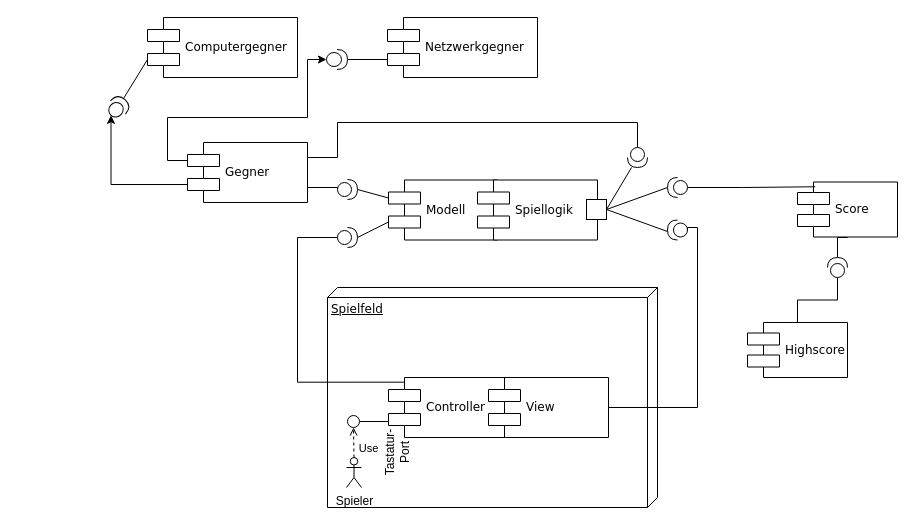
The draw.io diagram Dokumente/Diagramme/raw_Files/Komponentendiagramm.drawio in Vivienne-00/battleship_2024, before the edit. Source tidied: cells renumbered, new cells numbered last; positions are measured from the earlier drawing's top-left corner, leaving out a move shared by most shapes. Both pictures are drawn from the tidied source at 100%, with x=0, y=0 at pixel (107, 17).
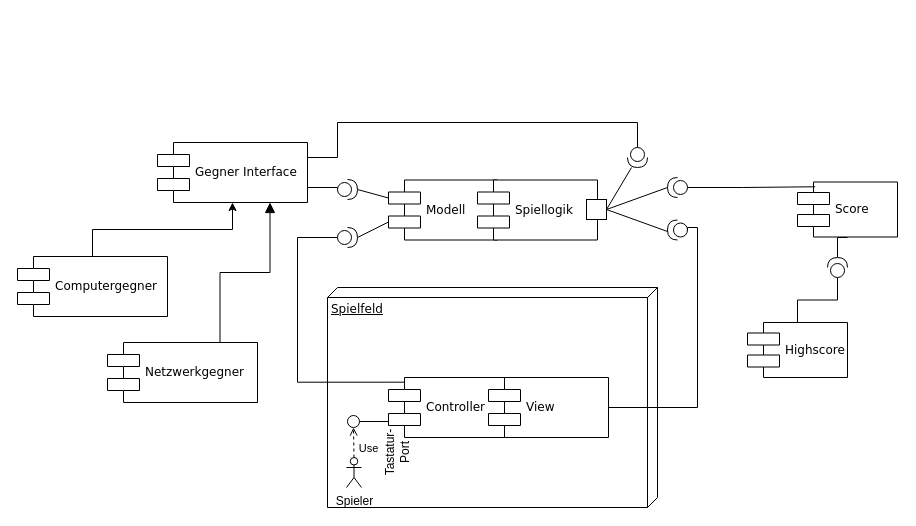
After the change.

Commit message (it also covers changes not shown here):
Komponentendiagram überarbeitet

Diff of the diagram source:
```diff
@@
-    <mxCell id="6" value="Gegner" style="shape=component;align=left;spacingLeft=36;rounded=0;shadow=0;comic=0;labelBackgroundColor=none;strokeWidth=1;fontFamily=Verdana;fontSize=12;html=1;" parent="1" vertex="1">
-      <mxGeometry x="80" y="125" width="120" height="60" as="geometry" />
+    <mxCell id="6" value="Gegner Interface" style="shape=component;align=left;spacingLeft=36;rounded=0;shadow=0;comic=0;labelBackgroundColor=none;strokeWidth=1;fontFamily=Verdana;fontSize=12;html=1;" parent="1" vertex="1">
+      <mxGeometry x="50" y="125" width="150" height="60" as="geometry" />
     </mxCell>
@@
     <mxCell id="26" value="Netzwerkgegner" style="shape=component;align=left;spacingLeft=36;rounded=0;shadow=0;comic=0;labelBackgroundColor=none;strokeWidth=1;fontFamily=Verdana;fontSize=12;html=1;" parent="1" vertex="1">
-      <mxGeometry x="280" width="150" height="60" as="geometry" />
+      <mxGeometry y="325" width="150" height="60" as="geometry" />
     </mxCell>
@@
+    <mxCell id="44" style="edgeStyle=orthogonalEdgeStyle;rounded=0;jettySize=auto;html=1;entryX=0.5;entryY=1;entryDx=0;entryDy=0;" parent="1" edge="1" source="37" target="6">
+      <mxGeometry relative="1" as="geometry" />
+    </mxCell>
     <mxCell id="37" value="Computergegner" style="shape=component;align=left;spacingLeft=36;rounded=0;shadow=0;comic=0;labelBackgroundColor=none;strokeWidth=1;fontFamily=Verdana;fontSize=12;html=1;" parent="1" vertex="1">
-      <mxGeometry x="40" width="150" height="60" as="geometry" />
+      <mxGeometry x="-90" y="239" width="150" height="60" as="geometry" />
     </mxCell>
-    <mxCell id="38" style="edgeStyle=orthogonalEdgeStyle;rounded=0;jettySize=auto;html=1;entryX=0;entryY=0.7;entryDx=0;entryDy=0;endArrow=none;endFill=0;" parent="1" edge="1" source="39" target="26">
+    <mxCell id="38" style="edgeStyle=orthogonalEdgeStyle;rounded=0;jettySize=auto;html=1;entryX=0.75;entryY=0;entryDx=0;entryDy=0;endArrow=none;endFill=0;exitX=0.75;exitY=1;exitDx=0;exitDy=0;startArrow=block;startFill=1;strokeWidth=1;endSize=8;startSize=8;" parent="1" edge="1" source="6" target="26">
       <mxGeometry relative="1" as="geometry" />
     </mxCell>
-    <mxCell id="39" style="shape=providedRequiredInterface;html=1;verticalLabelPosition=bottom;sketch=0;rotation=0;" parent="1" vertex="1">
-      <mxGeometry x="219" y="32" width="21" height="20" as="geometry" />
-    </mxCell>
-    <mxCell id="40" style="rounded=0;jettySize=auto;html=1;entryX=0;entryY=0.7;entryDx=0;entryDy=0;endArrow=none;endFill=0;" parent="1" edge="1" source="41" target="37">
-      <mxGeometry relative="1" as="geometry" />
-    </mxCell>
-    <mxCell id="41" style="shape=providedRequiredInterface;html=1;verticalLabelPosition=bottom;sketch=0;rotation=312;" parent="1" vertex="1">
-      <mxGeometry y="80" width="21" height="20" as="geometry" />
-    </mxCell>
-    <mxCell id="42" style="edgeStyle=orthogonalEdgeStyle;rounded=0;jettySize=auto;html=1;exitX=0;exitY=0.7;exitDx=0;exitDy=0;entryX=0;entryY=0.5;entryDx=0;entryDy=0;entryPerimeter=0;" parent="1" edge="1" source="6" target="41">
-      <mxGeometry relative="1" as="geometry" />
-    </mxCell>
-    <mxCell id="43" style="edgeStyle=orthogonalEdgeStyle;rounded=0;jettySize=auto;html=1;exitX=0;exitY=0.3;exitDx=0;exitDy=0;entryX=0;entryY=0.5;entryDx=0;entryDy=0;entryPerimeter=0;" parent="1" edge="1" source="6" target="39">
-      <mxGeometry relative="1" as="geometry">
-        <Array as="points">
-          <mxPoint x="60" y="143" />
-          <mxPoint x="60" y="100" />
-          <mxPoint x="200" y="100" />
-          <mxPoint x="200" y="42" />
-        </Array>
-      </mxGeometry>
-    </mxCell>
```
